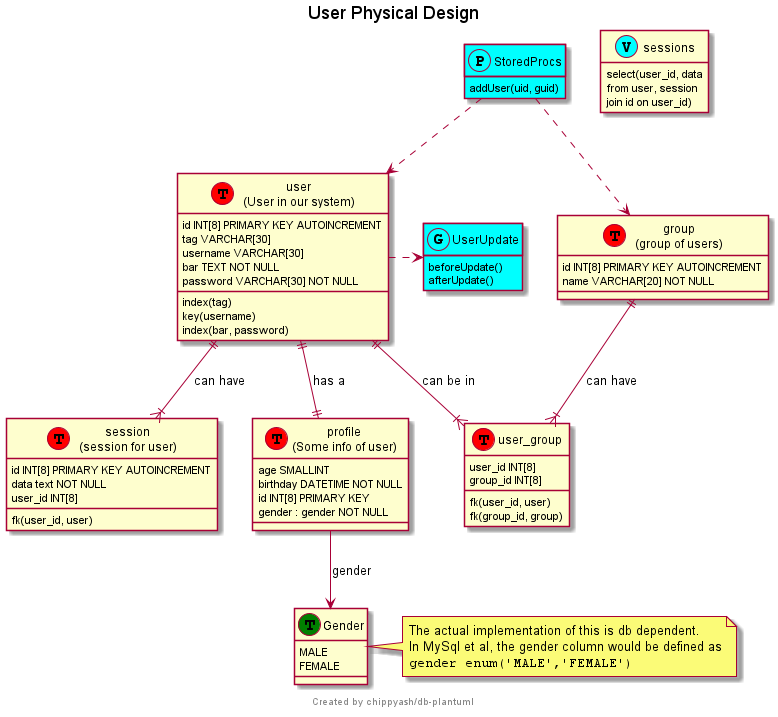
Above: examples/User_Physical.png in chippyash/db-plantuml (PlantUML), before the change.
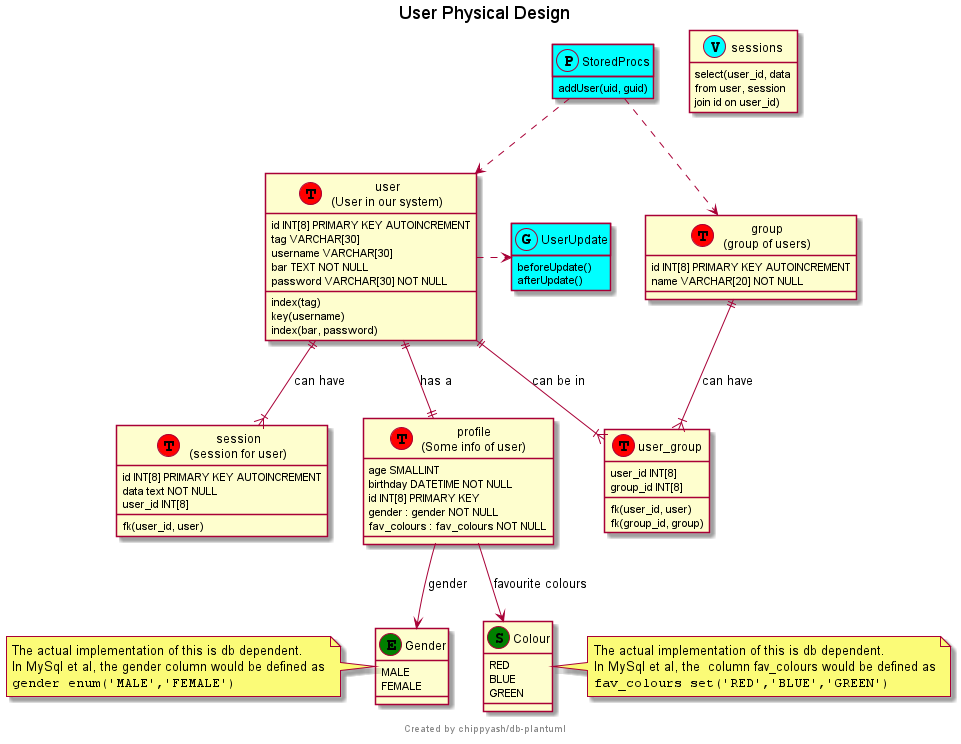
Later version of the same file.

The edit, as a diff of the source:
```diff
@@ -61,11 +61,11 @@
 	usergroup : 	group_id INT[8]
 	usergroup : fk(group_id, group)
 
-		enum "Gender" as gender << (T, green)Enum>> {
+		enum "Gender" as gender << (E, green)Enum>> {
 	MALE
 	FEMALE
 }
-note right of gender
+note left of gender
 The actual implementation of this is db dependent.
 In MySql et al, the gender column would be defined as
 ""gender enum('MALE','FEMALE')""
@@ -73,6 +73,18 @@
 	profile --> gender : gender
 	profile : gender : gender NOT NULL
 
+		enum "Colour" as fav_colours << (S, green)Set>> {
+	RED
+	BLUE
+	GREEN
+}
+	profile --> fav_colours : favourite colours
+	profile : fav_colours : fav_colours NOT NULL
+note right of fav_colours
+The actual implementation of this is db dependent.
+In MySql et al, the  column fav_colours would be defined as
+""fav_colours set('RED','BLUE','GREEN')""
+end note
 show methods
 
 class "sessions" as v1 << (V,cyan)View >> {
```
